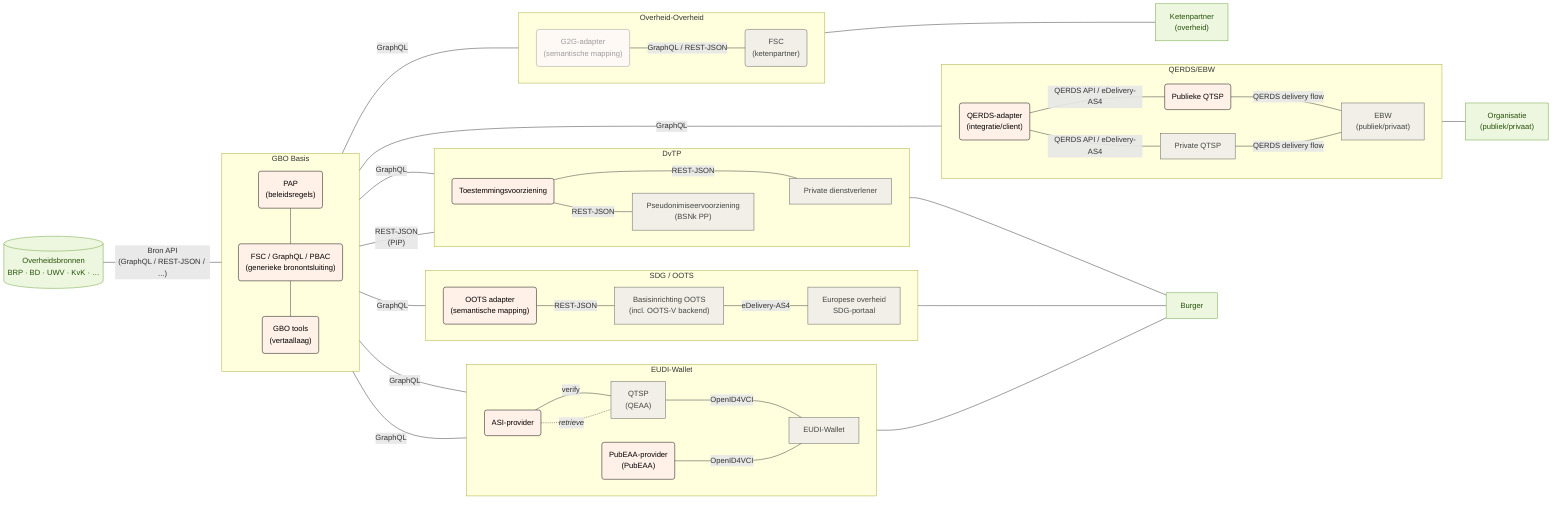
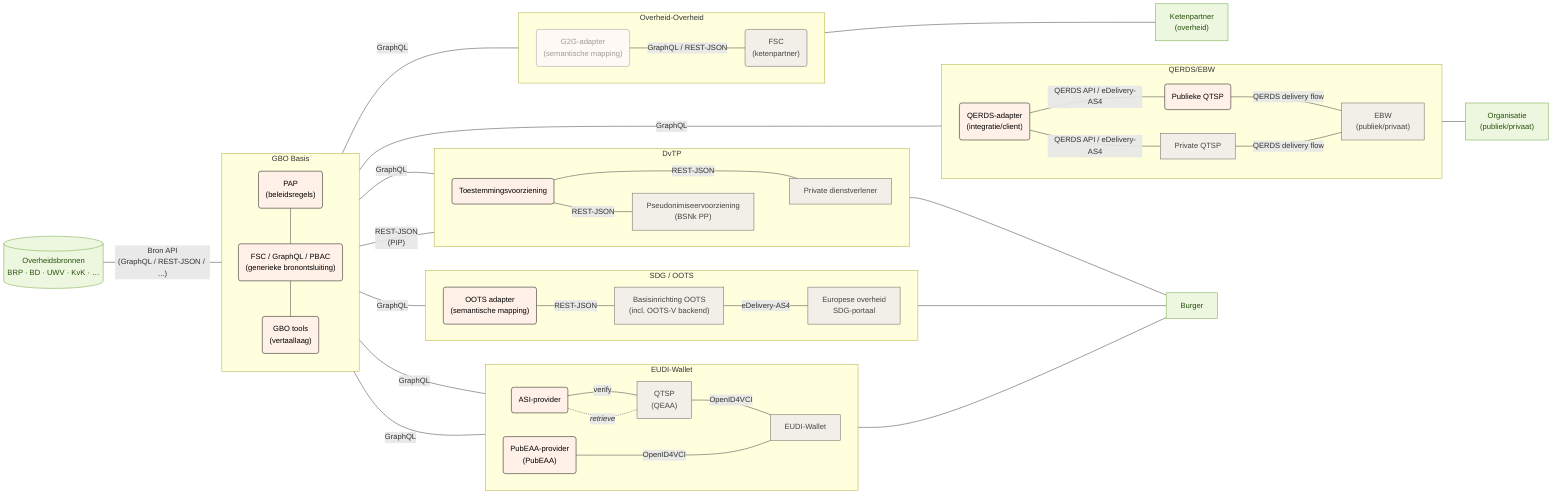
flowchart LR
  subgraph gbo["GBO Basis"]
    direction TB
        fsc_pap("PAP<br/>(beleidsregels)")
        fsc("FSC / GraphQL / PBAC<br/>(generieke bronontsluiting)")
        fsc_tools("GBO tools<br/>(vertaallaag)")
  end
  subgraph eudi["EUDI-Wallet"]
    direction LR
        eudi_asi("ASI-provider")
        eudi_pubeaa("PubEAA-provider<br/>(PubEAA)")
        eudi_qeaa["QTSP<br/>(QEAA)"]
        eudi_wallet["EUDI-Wallet"]
  end
  subgraph oots["SDG / OOTS"]
    direction LR
        oots_adapter("OOTS adapter<br/>(semantische mapping)")
        oots_basis["Basisinrichting OOTS<br/>(incl. OOTS-V backend)"]
        oots_afnemer["Europese overheid<br/>SDG-portaal"]
  end
  subgraph dvtp["DvTP"]
    direction LR
        dvtp_toestemming("Toestemmingsvoorziening")
        dvtp_pseudoniem["Pseudonimiseervoorziening<br/>(BSNk PP)"]
        dvtp_afnemer["Private dienstverlener"]
  end
  subgraph ebw["QERDS/EBW"]
     direction LR
        ebw_qerds_adapter("QERDS-adapter<br/>(integratie/client)")
        ebw_pub_qtsp("Publieke QTSP")
        ebw_qtsp["Private QTSP"]
        ebw_wallet["EBW<br/>(publiek/privaat)"]
  end
  subgraph g2g["Overheid-Overheid"]
     direction LR
        g2g_adapter("G2G-adapter<br/>(semantische mapping)")
        g2g_fsc("FSC<br/>(ketenpartner)")
  end

  fsc_pap --- fsc
  fsc --- fsc_tools
  bron[("Overheidsbronnen<br/>BRP · BD · UWV · KvK · …")] -- Bron API<br/>(GraphQL / REST-JSON / ...) --- gbo
  eudi_asi -- verify --- eudi_qeaa
  eudi_asi -. "`*retrieve*`" .- eudi_qeaa
  eudi_qeaa -- OpenID4VCI --- eudi_wallet
  gbo -- GraphQL --- eudi_asi & eudi_pubeaa & oots_adapter & dvtp_afnemer & ebw_qerds_adapter & g2g_adapter
-   eudi_asi ~~~ eudi_pubeaa -- OpenID4VCI ---- eudi_wallet
+   eudi_pubeaa -- OpenID4VCI ---- eudi_wallet
  oots_adapter -- REST-JSON --- oots_basis
  oots_basis -- eDelivery-AS4 --- oots_afnemer
  gbo -- REST-JSON<br/>(PIP) --- dvtp_toestemming
  dvtp_toestemming -- REST-JSON --- dvtp_afnemer
  dvtp_toestemming -- REST-JSON --- dvtp_pseudoniem
  dvtp_pseudoniem ~~~ dvtp_afnemer
  ebw_qerds_adapter -- QERDS API / eDelivery-AS4 --- ebw_pub_qtsp -- QERDS delivery flow --- ebw_wallet
  ebw_qerds_adapter -- QERDS API / eDelivery-AS4 --- ebw_qtsp -- QERDS delivery flow --- ebw_wallet
  eudi_wallet --- burger["Burger"]
  oots_afnemer --- burger
  dvtp_afnemer --- burger
  ebw_wallet --- organisatie["Organisatie<br/>(publiek/privaat)"]
  g2g_adapter -- GraphQL / REST-JSON --- g2g_fsc
  g2g_adapter ~~~ ebw_qtsp
  ebw_qtsp ~~~ g2g_fsc
  g2g_fsc --- overheid["Ketenpartner<br/>(overheid)"]

  fsc_pap:::gbo
  fsc:::gbo
  fsc_tools:::gbo
  g2g_adapter:::gbo_opt
  g2g_fsc:::overheid
  ebw_qerds_adapter:::gbo
  ebw_pub_qtsp:::gbo
  ebw_qtsp:::eudi
  ebw_wallet:::eudi
  eudi_asi:::gbo
  eudi_pubeaa:::gbo
  eudi_qeaa:::eudi
  eudi_wallet:::eudi
  oots_adapter:::gbo
  oots_basis:::oots
  oots_afnemer:::oots
  dvtp_toestemming:::gbo
  dvtp_pseudoniem:::dvtp
  dvtp_afnemer:::dvtp
  bron:::bron
  burger:::afnemer
  organisatie:::afnemer
  overheid:::afnemer

  classDef bron fill:#edf7df,stroke:#6aa13a,color:#27500a
  classDef generiek fill:#f1efe8,stroke:#5f5e5a,color:#444441
  classDef eudi fill:#f1efe8,stroke:#5f5e5a,color:#444441
  classDef oots fill:#f1efe8,stroke:#5f5e5a,color:#444441
  classDef dvtp fill:#f1efe8,stroke:#5f5e5a,color:#444441
  classDef overheid fill:#f1efe8,stroke:#5f5e5a,color:#444441
  classDef gbo fill:#fff0e8,stroke:#000000,color:#000000
  classDef gbo_opt fill:#FFF9F5,stroke:#9C9C9C,color:#9C9C9C
  classDef afnemer fill:#edf7df,stroke:#6aa13a,color:#27500a
